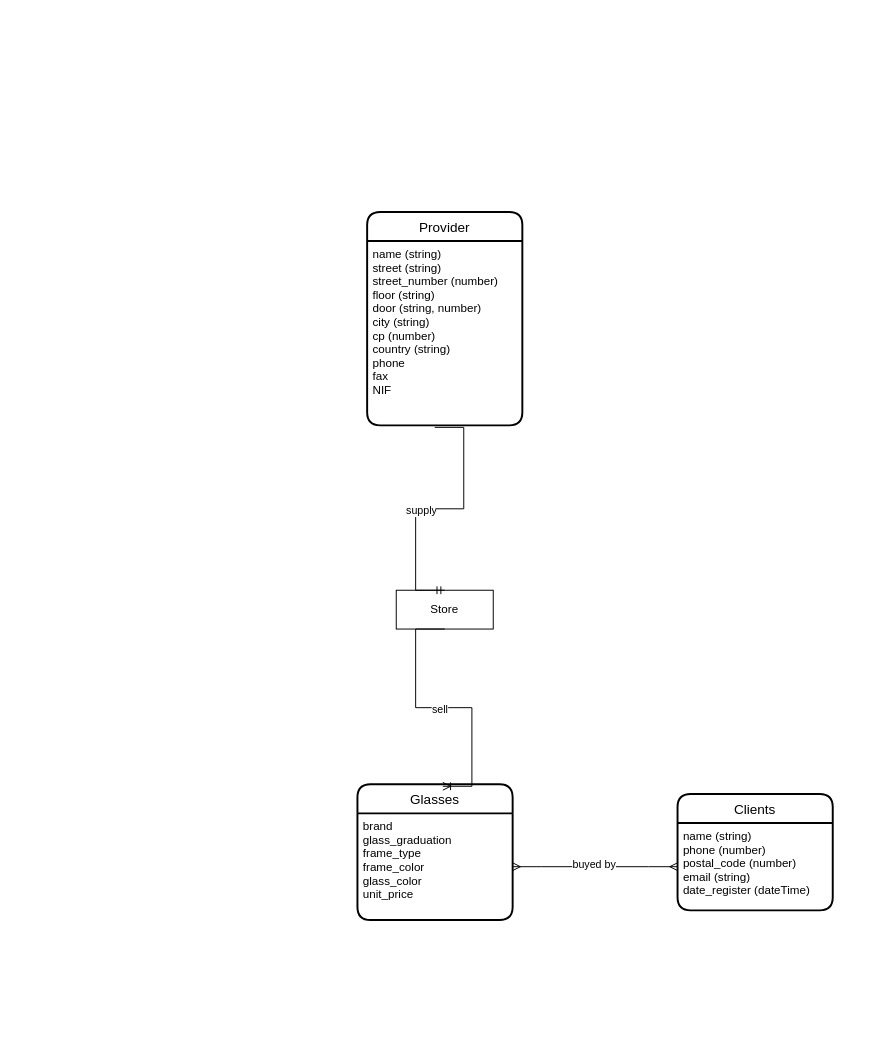
Above: optical_shop.drawio in SergiFont/mysql-estructura (draw.io), before the change. Source tidied: cells renumbered, new cells numbered last; positions are measured from the earlier drawing's top-left corner, leaving out a move shared by most shapes. Both pictures are drawn from the tidied source at 97%, with x=0, y=0 at pixel (357, 211).
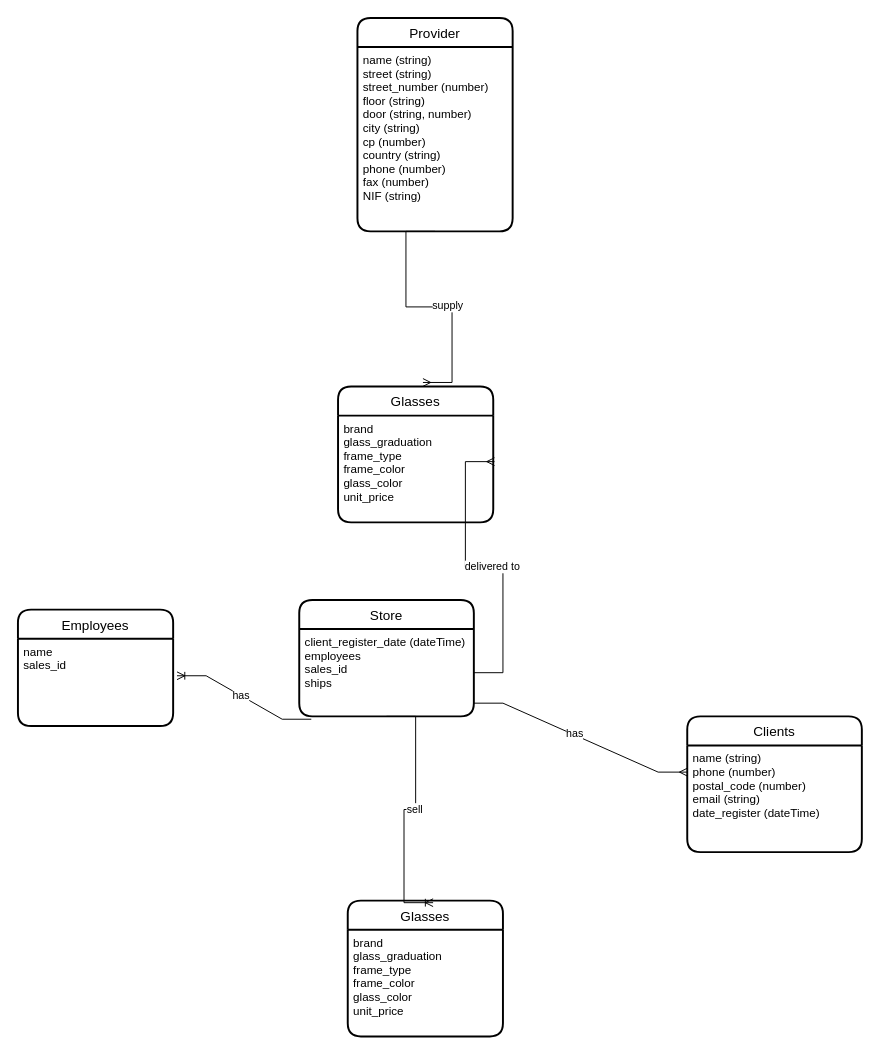
The same diagram, later.

The change refers to these unchanged cells:
```xml
<mxCell id="5" value="brand&#10;glass_graduation&#10;frame_type&#10;frame_color&#10;glass_color&#10;unit_price" style="align=left;strokeColor=none;fillColor=none;spacingLeft=4;fontSize=12;verticalAlign=top;" parent="4" vertex="1">
  <mxGeometry y="30" width="160" height="110" as="geometry" />
</mxCell>
```

Change to the diagram source:
```diff
@@
     <mxCell id="2" value="Clients" style="swimlane;horizontal=1;startSize=30;rounded=1;fontSize=14;fontStyle=0;strokeWidth=2;shadow=0;dashed=0;align=center;" parent="1" vertex="1">
-      <mxGeometry x="330" y="600" width="160" height="120" as="geometry" />
+      <mxGeometry x="340" y="520" width="180" height="140" as="geometry" />
     </mxCell>
     <mxCell id="3" value="name (string)&#10;phone (number)&#10;postal_code (number)&#10;email (string)&#10;date_register (dateTime)" style="align=left;strokeColor=none;fillColor=none;spacingLeft=4;fontSize=12;verticalAlign=top;" parent="2" vertex="1">
-      <mxGeometry y="30" width="160" height="90" as="geometry" />
+      <mxGeometry y="30" width="180" height="110" as="geometry" />
     </mxCell>
     <mxCell id="4" value="Glasses" style="swimlane;horizontal=1;startSize=30;rounded=1;fontSize=14;fontStyle=0;strokeWidth=2;shadow=0;dashed=0;align=center;" parent="1" vertex="1">
-      <mxGeometry y="590" width="160" height="140" as="geometry" />
+      <mxGeometry x="-10" y="710" width="160" height="140" as="geometry" />
     </mxCell>
@@
     <mxCell id="6" value="Provider" style="swimlane;horizontal=1;startSize=30;rounded=1;fontSize=14;fontStyle=0;strokeWidth=2;shadow=0;dashed=0;align=center;" parent="1" vertex="1">
-      <mxGeometry x="10" width="160" height="220" as="geometry" />
+      <mxGeometry y="-200" width="160" height="220" as="geometry" />
     </mxCell>
-    <mxCell id="7" value="name (string)&#10;street (string)&#10;street_number (number)&#10;floor (string)&#10;door (string, number)&#10;city (string)&#10;cp (number)&#10;country (string)&#10;phone&#10;fax&#10;NIF" style="align=left;strokeColor=none;fillColor=none;spacingLeft=4;fontSize=12;verticalAlign=top;" parent="6" vertex="1">
+    <mxCell id="7" value="name (string)&#10;street (string)&#10;street_number (number)&#10;floor (string)&#10;door (string, number)&#10;city (string)&#10;cp (number)&#10;country (string)&#10;phone (number)&#10;fax (number)&#10;NIF (string)" style="align=left;strokeColor=none;fillColor=none;spacingLeft=4;fontSize=12;verticalAlign=top;" parent="6" vertex="1">
       <mxGeometry y="30" width="160" height="190" as="geometry" />
     </mxCell>
-    <mxCell id="8" value="Store" style="whiteSpace=wrap;html=1;align=center;" parent="1" vertex="1">
-      <mxGeometry x="40" y="390" width="100" height="40" as="geometry" />
-    </mxCell>
-    <mxCell id="9" style="fontSize=12;html=1;endArrow=ERmandOne;rounded=0;exitX=0.435;exitY=1.011;exitDx=0;exitDy=0;exitPerimeter=0;entryX=0.5;entryY=0;entryDx=0;entryDy=0;edgeStyle=entityRelationEdgeStyle;" parent="1" edge="1" source="7" target="8">
+    <mxCell id="9" style="fontSize=12;html=1;endArrow=ERmany;rounded=0;exitX=0.5;exitY=1;exitDx=0;exitDy=0;entryX=0.547;entryY=-0.03;entryDx=0;entryDy=0;edgeStyle=entityRelationEdgeStyle;endFill=0;entryPerimeter=0;" parent="1" edge="1" source="7" target="15">
       <mxGeometry relative="1" as="geometry" />
     </mxCell>
@@
-    <mxCell id="11" style="edgeStyle=entityRelationEdgeStyle;fontSize=12;html=1;endArrow=ERoneToMany;rounded=0;exitX=0.5;exitY=1;exitDx=0;exitDy=0;entryX=0.55;entryY=0.015;entryDx=0;entryDy=0;entryPerimeter=0;" parent="1" edge="1" source="8" target="4">
+    <mxCell id="11" style="edgeStyle=entityRelationEdgeStyle;fontSize=12;html=1;endArrow=ERoneToMany;rounded=0;exitX=0.5;exitY=1;exitDx=0;exitDy=0;entryX=0.55;entryY=0.015;entryDx=0;entryDy=0;entryPerimeter=0;" parent="1" edge="1" source="21" target="4">
       <mxGeometry relative="1" as="geometry" />
     </mxCell>
@@
-    <mxCell id="13" style="edgeStyle=entityRelationEdgeStyle;fontSize=12;html=1;endArrow=ERmany;startArrow=ERmany;rounded=0;exitX=1;exitY=0.5;exitDx=0;exitDy=0;entryX=0;entryY=0.5;entryDx=0;entryDy=0;" parent="1" edge="1" source="5" target="3">
-      <mxGeometry relative="1" as="geometry" />
-    </mxCell>
-    <mxCell id="14" value="buyed by" style="edgeLabel;html=1;align=center;verticalAlign=middle;" parent="13" vertex="1">
-      <mxGeometry x="-0.02" y="3" relative="1" as="geometry" />
-    </mxCell>
+    <mxCell id="15" value="Glasses" style="swimlane;horizontal=1;startSize=30;rounded=1;fontSize=14;fontStyle=0;strokeWidth=2;shadow=0;dashed=0;align=center;" parent="1" vertex="1">
+      <mxGeometry x="-20" y="180" width="160" height="140" as="geometry" />
+    </mxCell>
+    <mxCell id="16" value="brand&#10;glass_graduation&#10;frame_type&#10;frame_color&#10;glass_color&#10;unit_price" style="align=left;strokeColor=none;fillColor=none;spacingLeft=4;fontSize=12;verticalAlign=top;" parent="15" vertex="1">
+      <mxGeometry y="30" width="160" height="110" as="geometry" />
+    </mxCell>
+    <mxCell id="17" style="edgeStyle=entityRelationEdgeStyle;fontSize=12;html=1;endArrow=ERmany;rounded=0;exitX=1;exitY=0.5;exitDx=0;exitDy=0;entryX=1.008;entryY=0.431;entryDx=0;entryDy=0;entryPerimeter=0;" parent="1" edge="1" source="21" target="16">
+      <mxGeometry relative="1" as="geometry" />
+    </mxCell>
+    <mxCell id="18" value="delivered to" style="edgeLabel;html=1;align=center;verticalAlign=middle;" parent="17" vertex="1">
+      <mxGeometry x="-0.05" y="-1" relative="1" as="geometry" />
+    </mxCell>
+    <mxCell id="19" style="edgeStyle=entityRelationEdgeStyle;fontSize=12;html=1;endArrow=ERmany;rounded=0;exitX=1;exitY=0.849;exitDx=0;exitDy=0;entryX=0;entryY=0.25;entryDx=0;entryDy=0;exitPerimeter=0;" parent="1" edge="1" source="21" target="3">
+      <mxGeometry relative="1" as="geometry" />
+    </mxCell>
+    <mxCell id="20" value="has" style="edgeLabel;html=1;align=center;verticalAlign=middle;" parent="19" vertex="1">
+      <mxGeometry x="-0.07" y="2" relative="1" as="geometry">
+        <mxPoint y="1" as="offset" />
+      </mxGeometry>
+    </mxCell>
+    <mxCell id="8" value="Store" style="swimlane;horizontal=1;startSize=30;rounded=1;fontSize=14;fontStyle=0;strokeWidth=2;shadow=0;dashed=0;align=center;" parent="1" vertex="1">
+      <mxGeometry x="-60" y="400" width="180" height="120" as="geometry" />
+    </mxCell>
+    <mxCell id="21" value="client_register_date (dateTime)&#10;employees&#10;sales_id&#10;ships" style="align=left;strokeColor=none;fillColor=none;spacingLeft=4;fontSize=12;verticalAlign=top;" parent="8" vertex="1">
+      <mxGeometry y="30" width="180" height="90" as="geometry" />
+    </mxCell>
+    <mxCell id="22" value="Employees" style="swimlane;horizontal=1;startSize=30;rounded=1;fontSize=14;fontStyle=0;strokeWidth=2;shadow=0;dashed=0;align=center;" parent="1" vertex="1">
+      <mxGeometry x="-350" y="410" width="160" height="120" as="geometry" />
+    </mxCell>
+    <mxCell id="23" value="name&#10;sales_id" style="align=left;strokeColor=none;fillColor=none;spacingLeft=4;fontSize=12;verticalAlign=top;" parent="22" vertex="1">
+      <mxGeometry y="30" width="160" height="90" as="geometry" />
+    </mxCell>
+    <mxCell id="24" style="edgeStyle=entityRelationEdgeStyle;fontSize=12;html=1;endArrow=ERoneToMany;rounded=0;exitX=0.069;exitY=1.033;exitDx=0;exitDy=0;exitPerimeter=0;entryX=1.025;entryY=0.424;entryDx=0;entryDy=0;entryPerimeter=0;" parent="1" edge="1" source="21" target="23">
+      <mxGeometry relative="1" as="geometry" />
+    </mxCell>
+    <mxCell id="25" value="has" style="edgeLabel;html=1;align=center;verticalAlign=middle;" parent="24" vertex="1">
+      <mxGeometry x="0.05" relative="1" as="geometry" />
+    </mxCell>
```
